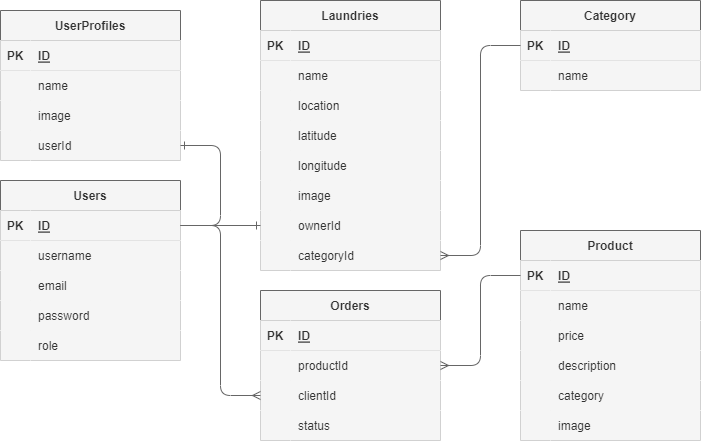
This is schema.drawio.png from Papi-Laundry/back-end, a draw.io export, as it was before one commit. Source tidied: cells renumbered, new cells last; positions are measured from the earlier drawing's top-left corner, leaving out a move shared by most shapes.
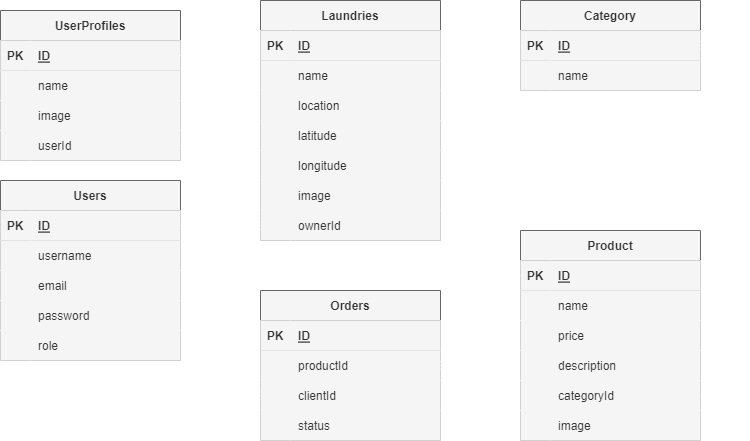
After the change.

Commit message:
update schema references

Diff of the diagram source:
```diff
@@ -51,7 +51,7 @@
       <mxGeometry x="30" width="150" height="30" as="geometry" />
     </mxCell>
     <mxCell id="18" value="Laundries" style="shape=table;startSize=30;rowLines=0;fontStyle=1;align=center;fillColor=#f5f5f5;fontColor=#333333;strokeColor=#666666;" parent="1" vertex="1">
-      <mxGeometry x="260" width="180" height="270" as="geometry" />
+      <mxGeometry x="260" width="180" height="240" as="geometry" />
     </mxCell>
     <mxCell id="19" style="shape=tableRow;horizontal=0;startSize=0;swimlaneHead=0;swimlaneBody=0;fillColor=#f5f5f5;top=0;left=0;right=0;bottom=1;fontColor=#333333;strokeColor=#666666;" parent="18" vertex="1">
       <mxGeometry y="30" width="180" height="30" as="geometry" />
@@ -116,15 +116,6 @@
     <mxCell id="39" value="ownerId" style="shape=partialRectangle;fillColor=#f5f5f5;top=0;left=0;bottom=0;right=0;align=left;spacingLeft=6;overflow=hidden;fontColor=#333333;strokeColor=#666666;" parent="37" vertex="1">
       <mxGeometry x="30" width="150" height="30" as="geometry" />
     </mxCell>
-    <mxCell id="40" style="shape=tableRow;horizontal=0;startSize=0;swimlaneHead=0;swimlaneBody=0;fillColor=#f5f5f5;points=[[0,0.5],[1,0.5]];portConstraint=eastwest;top=0;left=0;right=0;bottom=0;fontColor=#333333;strokeColor=#666666;" parent="18" vertex="1">
-      <mxGeometry y="240" width="180" height="30" as="geometry" />
-    </mxCell>
-    <mxCell id="41" style="shape=partialRectangle;fillColor=#f5f5f5;top=0;left=0;bottom=0;right=0;overflow=hidden;fontColor=#333333;strokeColor=#666666;" parent="40" vertex="1">
-      <mxGeometry width="30" height="30" as="geometry" />
-    </mxCell>
-    <mxCell id="42" value="categoryId" style="shape=partialRectangle;fillColor=#f5f5f5;top=0;left=0;bottom=0;right=0;align=left;spacingLeft=6;overflow=hidden;fontColor=#333333;strokeColor=#666666;" parent="40" vertex="1">
-      <mxGeometry x="30" width="150" height="30" as="geometry" />
-    </mxCell>
     <mxCell id="43" value="Product" style="shape=table;startSize=30;rowLines=0;fontStyle=1;align=center;fillColor=#f5f5f5;fontColor=#333333;strokeColor=#666666;" parent="1" vertex="1">
       <mxGeometry x="520" y="230" width="180" height="210" as="geometry" />
     </mxCell>
@@ -170,7 +161,7 @@
     <mxCell id="57" style="shape=partialRectangle;fillColor=#f5f5f5;top=0;left=0;bottom=0;right=0;overflow=hidden;fontColor=#333333;strokeColor=#666666;" parent="56" vertex="1">
       <mxGeometry width="30" height="30" as="geometry" />
     </mxCell>
-    <mxCell id="58" value="category" style="shape=partialRectangle;fillColor=#f5f5f5;top=0;left=0;bottom=0;right=0;align=left;spacingLeft=6;overflow=hidden;fontColor=#333333;strokeColor=#666666;" parent="56" vertex="1">
+    <mxCell id="58" value="categoryId" style="shape=partialRectangle;fillColor=#f5f5f5;top=0;left=0;bottom=0;right=0;align=left;spacingLeft=6;overflow=hidden;fontColor=#333333;strokeColor=#666666;" parent="56" vertex="1">
       <mxGeometry x="30" width="150" height="30" as="geometry" />
     </mxCell>
     <mxCell id="59" style="shape=tableRow;horizontal=0;startSize=0;swimlaneHead=0;swimlaneBody=0;fillColor=#f5f5f5;top=0;left=0;right=0;bottom=0;fontColor=#333333;strokeColor=#666666;" parent="43" vertex="1">
@@ -281,10 +272,7 @@
     <mxCell id="94" value="status" style="shape=partialRectangle;fillColor=#f5f5f5;top=0;left=0;bottom=0;right=0;align=left;spacingLeft=6;overflow=hidden;fontColor=#333333;strokeColor=#666666;" parent="92" vertex="1">
       <mxGeometry x="30" width="150" height="30" as="geometry" />
     </mxCell>
-    <mxCell id="95" style="edgeStyle=none;html=1;exitX=1;exitY=0.5;exitDx=0;exitDy=0;entryX=0;entryY=0.5;entryDx=0;entryDy=0;startArrow=none;startFill=0;endArrow=ERone;endFill=0;fillColor=#f5f5f5;strokeColor=#666666;" parent="1" edge="1" source="3" target="37">
-      <mxGeometry relative="1" as="geometry" />
-    </mxCell>
-    <mxCell id="96" style="edgeStyle=none;html=1;exitX=1;exitY=0.5;exitDx=0;exitDy=0;entryX=1;entryY=0.5;entryDx=0;entryDy=0;startArrow=ERone;startFill=0;endArrow=none;endFill=0;fillColor=#f5f5f5;strokeColor=#666666;" parent="1" edge="1" source="79" target="3">
+    <mxCell id="96" style="edgeStyle=none;html=1;exitX=1;exitY=0.5;exitDx=0;exitDy=0;entryX=1;entryY=0.5;entryDx=0;entryDy=0;startArrow=ERone;startFill=0;endArrow=none;endFill=0;strokeColor=#FFFFFF;" parent="1" edge="1" source="79" target="3">
       <mxGeometry relative="1" as="geometry">
         <Array as="points">
           <mxPoint x="220" y="145" />
@@ -292,15 +280,7 @@
         </Array>
       </mxGeometry>
     </mxCell>
-    <mxCell id="97" style="edgeStyle=none;html=1;exitX=0;exitY=0.5;exitDx=0;exitDy=0;entryX=1;entryY=0.5;entryDx=0;entryDy=0;startArrow=ERmany;startFill=0;endArrow=none;endFill=0;fillColor=#f5f5f5;strokeColor=#666666;" parent="1" edge="1" source="89" target="3">
-      <mxGeometry relative="1" as="geometry">
-        <Array as="points">
-          <mxPoint x="220" y="395" />
-          <mxPoint x="220" y="225" />
-        </Array>
-      </mxGeometry>
-    </mxCell>
-    <mxCell id="98" style="edgeStyle=none;html=1;exitX=0;exitY=0.5;exitDx=0;exitDy=0;entryX=1;entryY=0.5;entryDx=0;entryDy=0;startArrow=none;startFill=0;endArrow=ERmany;endFill=0;fillColor=#f5f5f5;strokeColor=#666666;" parent="1" edge="1" source="44" target="86">
+    <mxCell id="98" style="edgeStyle=none;html=1;exitX=0;exitY=0.5;exitDx=0;exitDy=0;entryX=1;entryY=0.5;entryDx=0;entryDy=0;startArrow=none;startFill=0;endArrow=ERmany;endFill=0;fillColor=#f5f5f5;strokeColor=#FFFFFF;" parent="1" edge="1" source="44" target="86">
       <mxGeometry relative="1" as="geometry">
         <Array as="points">
           <mxPoint x="480" y="275" />
@@ -308,7 +288,7 @@
         </Array>
       </mxGeometry>
     </mxCell>
-    <mxCell id="99" style="edgeStyle=none;html=1;exitX=1;exitY=0.5;exitDx=0;exitDy=0;entryX=0;entryY=0.5;entryDx=0;entryDy=0;startArrow=ERmany;startFill=0;endArrow=none;endFill=0;fillColor=#f5f5f5;strokeColor=#666666;" parent="1" edge="1" source="40" target="63">
+    <mxCell id="99" style="edgeStyle=none;html=1;exitX=1;exitY=0.5;exitDx=0;exitDy=0;entryX=0;entryY=0.5;entryDx=0;entryDy=0;startArrow=ERmany;startFill=0;endArrow=none;endFill=0;fillColor=#f5f5f5;strokeColor=#FFFFFF;" parent="1" edge="1" source="x" target="63">
       <mxGeometry relative="1" as="geometry">
         <Array as="points">
           <mxPoint x="480" y="255" />
@@ -316,5 +296,33 @@
         </Array>
       </mxGeometry>
     </mxCell>
+    <mxCell id="100" style="edgeStyle=none;html=1;exitX=1;exitY=0.5;exitDx=0;exitDy=0;entryX=0;entryY=0.5;entryDx=0;entryDy=0;endArrow=ERmany;endFill=0;strokeColor=#FFFFFF;" parent="1" edge="1" source="70" target="37">
+      <mxGeometry relative="1" as="geometry">
+        <Array as="points">
+          <mxPoint x="220" y="55" />
+          <mxPoint x="220" y="130" />
+          <mxPoint x="240" y="130" />
+          <mxPoint x="240" y="225" />
+        </Array>
+      </mxGeometry>
+    </mxCell>
+    <mxCell id="101" style="edgeStyle=none;html=1;exitX=1;exitY=0.5;exitDx=0;exitDy=0;entryX=1;entryY=0.5;entryDx=0;entryDy=0;strokeColor=#FFFFFF;endArrow=ERmany;endFill=0;" parent="1" edge="1" source="56" target="63">
+      <mxGeometry relative="1" as="geometry">
+        <Array as="points">
+          <mxPoint x="740" y="395" />
+          <mxPoint x="740" y="45" />
+        </Array>
+      </mxGeometry>
+    </mxCell>
+    <mxCell id="102" style="edgeStyle=none;html=1;exitX=1;exitY=0.5;exitDx=0;exitDy=0;entryX=0;entryY=0.5;entryDx=0;entryDy=0;strokeColor=#FFFFFF;endArrow=ERmany;endFill=0;" parent="1" edge="1" source="70" target="89">
+      <mxGeometry relative="1" as="geometry">
+        <Array as="points">
+          <mxPoint x="220" y="55" />
+          <mxPoint x="220" y="130" />
+          <mxPoint x="240" y="130" />
+          <mxPoint x="240" y="395" />
+        </Array>
+      </mxGeometry>
+    </mxCell>
   </root>
 </mxGraphModel>
```
